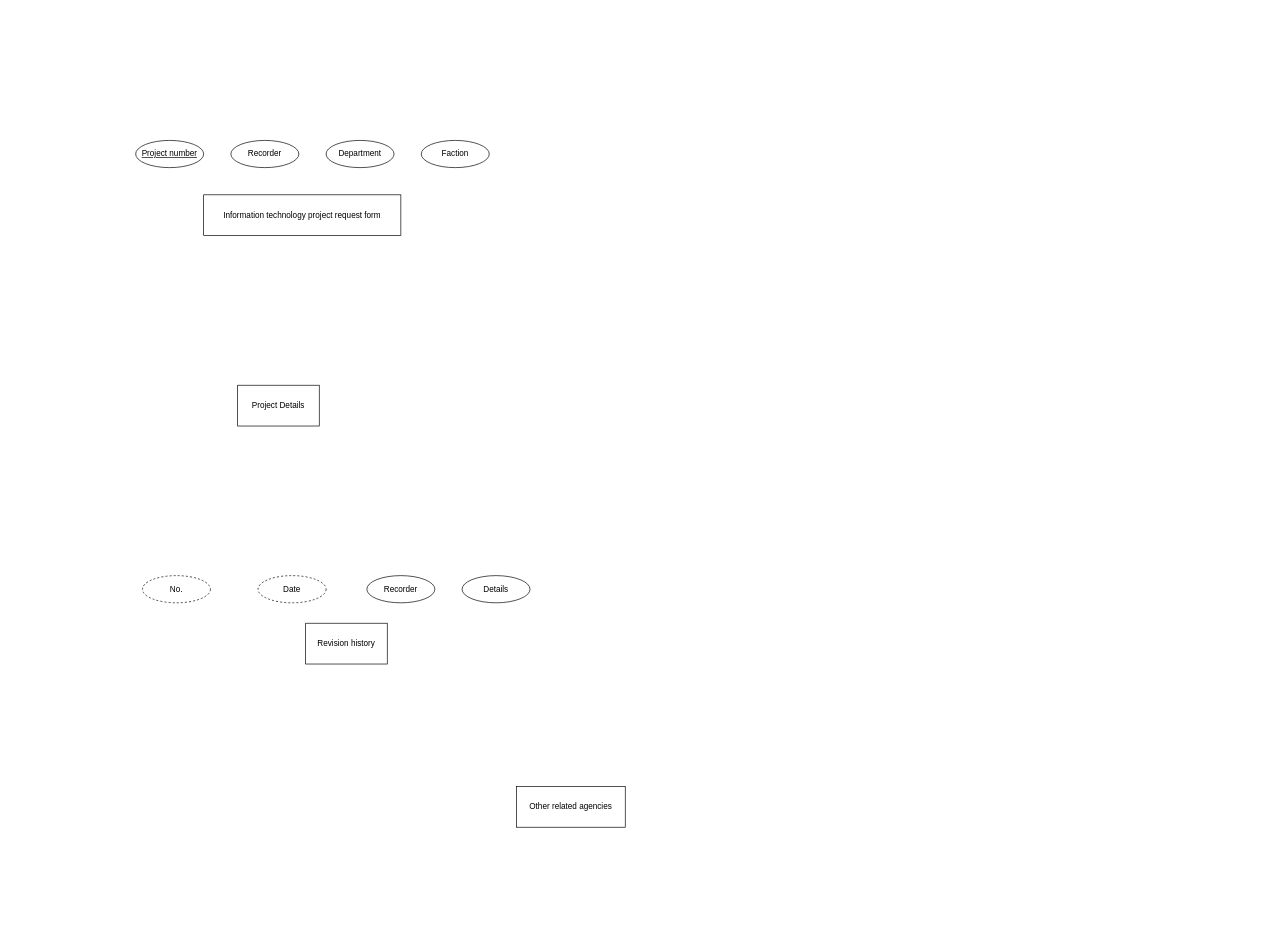
The draw.io diagram Untitled Diagram.drawio in RAZENGUNAHHH/Login_Resgister, before the edit. Source tidied: cells renumbered, new cells numbered last; positions are measured from the earlier drawing's top-left corner, leaving out a move shared by most shapes. Both pictures are drawn from the tidied source at 68%, with x=0, y=0 at pixel (135, 140).
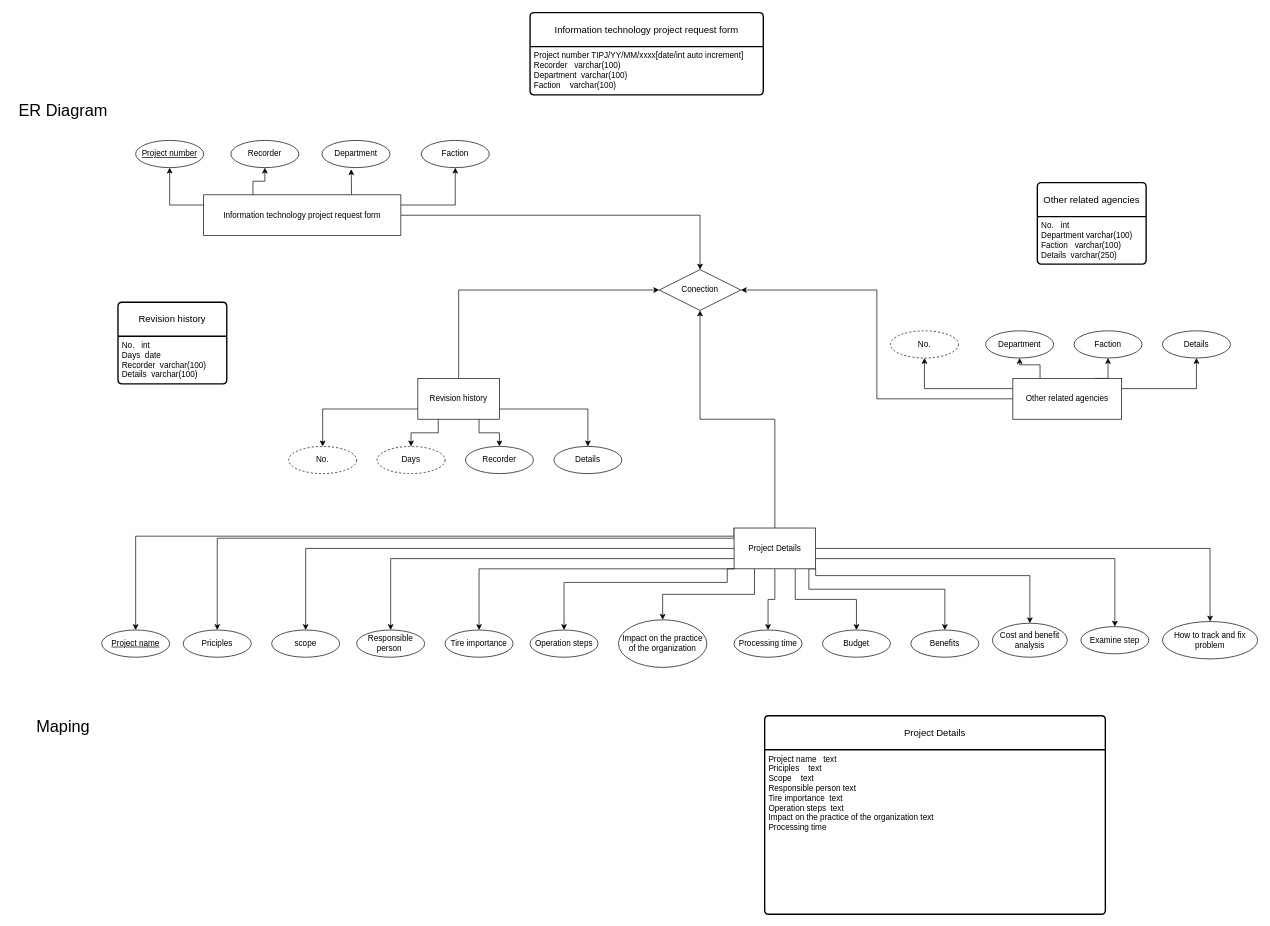
After the change.

Unchanged cells that the change refers to:
```xml
<mxCell id="2" value="Information technology project request form" style="rounded=0;whiteSpace=wrap;html=1;" parent="1" vertex="1">
  <mxGeometry x="100" y="80" width="290" height="60" as="geometry" />
</mxCell>
<mxCell id="6" value="Project number" style="ellipse;whiteSpace=wrap;html=1;align=center;fontStyle=4;" parent="1" vertex="1">
  <mxGeometry width="100" height="40" as="geometry" />
</mxCell>
<mxCell id="8" value="Faction" style="ellipse;whiteSpace=wrap;html=1;align=center;" parent="1" vertex="1">
  <mxGeometry x="420" width="100" height="40" as="geometry" />
</mxCell>
<mxCell id="9" value="Recorder" style="ellipse;whiteSpace=wrap;html=1;align=center;" parent="1" vertex="1">
  <mxGeometry x="140" width="100" height="40" as="geometry" />
</mxCell>
```

What changed in the source:
```diff
@@
+    <mxCell id="14" style="edgeStyle=orthogonalEdgeStyle;rounded=0;jettySize=auto;html=1;exitX=1;exitY=0.5;exitDx=0;exitDy=0;entryX=0.5;entryY=0;entryDx=0;entryDy=0;" parent="1" edge="1" source="2" target="60">
+      <mxGeometry relative="1" as="geometry" />
+    </mxCell>
+    <mxCell id="15" style="edgeStyle=orthogonalEdgeStyle;rounded=0;jettySize=auto;html=1;exitX=0;exitY=0.25;exitDx=0;exitDy=0;" parent="1" edge="1" source="2" target="6">
+      <mxGeometry relative="1" as="geometry" />
+    </mxCell>
+    <mxCell id="16" style="edgeStyle=orthogonalEdgeStyle;rounded=0;jettySize=auto;html=1;exitX=0.25;exitY=0;exitDx=0;exitDy=0;entryX=0.5;entryY=1;entryDx=0;entryDy=0;" parent="1" edge="1" source="2" target="9">
+      <mxGeometry relative="1" as="geometry" />
+    </mxCell>
+    <mxCell id="17" style="edgeStyle=orthogonalEdgeStyle;rounded=0;jettySize=auto;html=1;exitX=0.75;exitY=0;exitDx=0;exitDy=0;entryX=0.43;entryY=1.058;entryDx=0;entryDy=0;entryPerimeter=0;" parent="1" edge="1" source="2" target="7">
+      <mxGeometry relative="1" as="geometry" />
+    </mxCell>
+    <mxCell id="18" style="edgeStyle=orthogonalEdgeStyle;rounded=0;jettySize=auto;html=1;exitX=1;exitY=0.25;exitDx=0;exitDy=0;entryX=0.5;entryY=1;entryDx=0;entryDy=0;" parent="1" edge="1" source="2" target="8">
+      <mxGeometry relative="1" as="geometry" />
+    </mxCell>
@@
-    <mxCell id="3" value="Revision history" style="rounded=0;whiteSpace=wrap;html=1;" parent="1" vertex="1">
-      <mxGeometry x="250" y="710" width="120" height="60" as="geometry" />
-    </mxCell>
+    <mxCell id="19" style="edgeStyle=orthogonalEdgeStyle;rounded=0;jettySize=auto;html=1;exitX=0.5;exitY=0;exitDx=0;exitDy=0;entryX=0.5;entryY=1;entryDx=0;entryDy=0;" parent="1" edge="1" source="4" target="60">
+      <mxGeometry relative="1" as="geometry" />
+    </mxCell>
+    <mxCell id="20" style="edgeStyle=orthogonalEdgeStyle;rounded=0;jettySize=auto;html=1;exitX=0;exitY=0;exitDx=0;exitDy=0;entryX=0.5;entryY=0;entryDx=0;entryDy=0;" parent="1" edge="1" source="4" target="38">
+      <mxGeometry relative="1" as="geometry">
+        <Array as="points">
+          <mxPoint x="880" y="582" />
+          <mxPoint y="582" />
+        </Array>
+      </mxGeometry>
+    </mxCell>
+    <mxCell id="21" style="edgeStyle=orthogonalEdgeStyle;rounded=0;jettySize=auto;html=1;exitX=0;exitY=0.25;exitDx=0;exitDy=0;entryX=0.5;entryY=0;entryDx=0;entryDy=0;" parent="1" edge="1" source="4" target="39">
+      <mxGeometry relative="1" as="geometry" />
+    </mxCell>
+    <mxCell id="22" style="edgeStyle=orthogonalEdgeStyle;rounded=0;jettySize=auto;html=1;exitX=0;exitY=0.5;exitDx=0;exitDy=0;entryX=0.5;entryY=0;entryDx=0;entryDy=0;" parent="1" edge="1" source="4" target="40">
+      <mxGeometry relative="1" as="geometry" />
+    </mxCell>
+    <mxCell id="23" style="edgeStyle=orthogonalEdgeStyle;rounded=0;jettySize=auto;html=1;exitX=0;exitY=0.75;exitDx=0;exitDy=0;entryX=0.5;entryY=0;entryDx=0;entryDy=0;" parent="1" edge="1" source="4" target="46">
+      <mxGeometry relative="1" as="geometry" />
+    </mxCell>
+    <mxCell id="24" style="edgeStyle=orthogonalEdgeStyle;rounded=0;jettySize=auto;html=1;exitX=0;exitY=1;exitDx=0;exitDy=0;entryX=0.5;entryY=0;entryDx=0;entryDy=0;" parent="1" edge="1" source="4" target="47">
+      <mxGeometry relative="1" as="geometry">
+        <Array as="points">
+          <mxPoint x="505" y="630" />
+        </Array>
+      </mxGeometry>
+    </mxCell>
+    <mxCell id="25" style="edgeStyle=orthogonalEdgeStyle;rounded=0;jettySize=auto;html=1;exitX=0;exitY=1;exitDx=0;exitDy=0;entryX=0.5;entryY=0;entryDx=0;entryDy=0;" parent="1" edge="1" source="4" target="48">
+      <mxGeometry relative="1" as="geometry">
+        <Array as="points">
+          <mxPoint x="870" y="650" />
+          <mxPoint x="630" y="650" />
+        </Array>
+      </mxGeometry>
+    </mxCell>
+    <mxCell id="26" style="edgeStyle=orthogonalEdgeStyle;rounded=0;jettySize=auto;html=1;exitX=0.25;exitY=1;exitDx=0;exitDy=0;entryX=0.5;entryY=0;entryDx=0;entryDy=0;" parent="1" edge="1" source="4" target="49">
+      <mxGeometry relative="1" as="geometry" />
+    </mxCell>
+    <mxCell id="27" style="edgeStyle=orthogonalEdgeStyle;rounded=0;jettySize=auto;html=1;exitX=0.5;exitY=1;exitDx=0;exitDy=0;entryX=0.5;entryY=0;entryDx=0;entryDy=0;" parent="1" edge="1" source="4" target="50">
+      <mxGeometry relative="1" as="geometry" />
+    </mxCell>
+    <mxCell id="28" style="edgeStyle=orthogonalEdgeStyle;rounded=0;jettySize=auto;html=1;exitX=0.75;exitY=1;exitDx=0;exitDy=0;entryX=0.5;entryY=0;entryDx=0;entryDy=0;" parent="1" edge="1" source="4" target="51">
+      <mxGeometry relative="1" as="geometry" />
+    </mxCell>
+    <mxCell id="29" style="edgeStyle=orthogonalEdgeStyle;rounded=0;jettySize=auto;html=1;exitX=1;exitY=1;exitDx=0;exitDy=0;entryX=0.5;entryY=0;entryDx=0;entryDy=0;" parent="1" edge="1" source="4" target="52">
+      <mxGeometry relative="1" as="geometry">
+        <Array as="points">
+          <mxPoint x="990" y="660" />
+          <mxPoint x="1190" y="660" />
+        </Array>
+      </mxGeometry>
+    </mxCell>
+    <mxCell id="30" style="edgeStyle=orthogonalEdgeStyle;rounded=0;jettySize=auto;html=1;exitX=1;exitY=1;exitDx=0;exitDy=0;entryX=0.5;entryY=0;entryDx=0;entryDy=0;" parent="1" edge="1" source="4" target="53">
+      <mxGeometry relative="1" as="geometry">
+        <Array as="points">
+          <mxPoint x="1000" y="640" />
+          <mxPoint x="1315" y="640" />
+        </Array>
+      </mxGeometry>
+    </mxCell>
+    <mxCell id="31" style="edgeStyle=orthogonalEdgeStyle;rounded=0;jettySize=auto;html=1;exitX=1;exitY=0.75;exitDx=0;exitDy=0;entryX=0.5;entryY=0;entryDx=0;entryDy=0;" parent="1" edge="1" source="4" target="54">
+      <mxGeometry relative="1" as="geometry" />
+    </mxCell>
+    <mxCell id="32" style="edgeStyle=orthogonalEdgeStyle;rounded=0;jettySize=auto;html=1;exitX=1;exitY=0.5;exitDx=0;exitDy=0;entryX=0.5;entryY=0;entryDx=0;entryDy=0;" parent="1" edge="1" source="4" target="55">
+      <mxGeometry relative="1" as="geometry" />
+    </mxCell>
     <mxCell id="4" value="Project Details" style="rounded=0;whiteSpace=wrap;html=1;shadow=0;" parent="1" vertex="1">
-      <mxGeometry x="150" y="360" width="120" height="60" as="geometry" />
+      <mxGeometry x="880" y="570" width="120" height="60" as="geometry" />
     </mxCell>
+    <mxCell id="33" style="edgeStyle=orthogonalEdgeStyle;rounded=0;jettySize=auto;html=1;exitX=0;exitY=0.5;exitDx=0;exitDy=0;entryX=1;entryY=0.5;entryDx=0;entryDy=0;" parent="1" edge="1" source="5" target="60">
+      <mxGeometry relative="1" as="geometry" />
+    </mxCell>
+    <mxCell id="34" style="edgeStyle=orthogonalEdgeStyle;rounded=0;jettySize=auto;html=1;exitX=0;exitY=0.25;exitDx=0;exitDy=0;entryX=0.5;entryY=1;entryDx=0;entryDy=0;" parent="1" edge="1" source="5" target="56">
+      <mxGeometry relative="1" as="geometry" />
+    </mxCell>
+    <mxCell id="35" style="edgeStyle=orthogonalEdgeStyle;rounded=0;jettySize=auto;html=1;exitX=0.25;exitY=0;exitDx=0;exitDy=0;entryX=0.5;entryY=1;entryDx=0;entryDy=0;" parent="1" edge="1" source="5" target="57">
+      <mxGeometry relative="1" as="geometry" />
+    </mxCell>
+    <mxCell id="36" style="edgeStyle=orthogonalEdgeStyle;rounded=0;jettySize=auto;html=1;exitX=0.75;exitY=0;exitDx=0;exitDy=0;entryX=0.5;entryY=1;entryDx=0;entryDy=0;" parent="1" edge="1" source="5" target="58">
+      <mxGeometry relative="1" as="geometry" />
+    </mxCell>
+    <mxCell id="37" style="edgeStyle=orthogonalEdgeStyle;rounded=0;jettySize=auto;html=1;exitX=1;exitY=0.25;exitDx=0;exitDy=0;entryX=0.5;entryY=1;entryDx=0;entryDy=0;" parent="1" edge="1" source="5" target="59">
+      <mxGeometry relative="1" as="geometry" />
+    </mxCell>
     <mxCell id="5" value="Other related agencies" style="whiteSpace=wrap;html=1;" parent="1" vertex="1">
-      <mxGeometry x="560" y="950" width="160" height="60" as="geometry" />
+      <mxGeometry x="1290" y="350" width="160" height="60" as="geometry" />
     </mxCell>
@@
     <mxCell id="7" value="Department" style="ellipse;whiteSpace=wrap;html=1;align=center;" parent="1" vertex="1">
-      <mxGeometry x="280" width="100" height="40" as="geometry" />
+      <mxGeometry x="274" width="100" height="40" as="geometry" />
     </mxCell>
@@
+    <mxCell id="38" value="Project name" style="ellipse;whiteSpace=wrap;html=1;align=center;fontStyle=4;" parent="1" vertex="1">
+      <mxGeometry x="-50" y="720" width="100" height="40" as="geometry" />
+    </mxCell>
+    <mxCell id="39" value="Priciples" style="ellipse;whiteSpace=wrap;html=1;align=center;" parent="1" vertex="1">
+      <mxGeometry x="70" y="720" width="100" height="40" as="geometry" />
+    </mxCell>
+    <mxCell id="40" value="scope" style="ellipse;whiteSpace=wrap;html=1;align=center;" parent="1" vertex="1">
+      <mxGeometry x="200" y="720" width="100" height="40" as="geometry" />
+    </mxCell>
+    <mxCell id="41" style="edgeStyle=orthogonalEdgeStyle;rounded=0;jettySize=auto;html=1;exitX=0.5;exitY=0;exitDx=0;exitDy=0;entryX=0;entryY=0.5;entryDx=0;entryDy=0;" parent="1" edge="1" source="3" target="60">
+      <mxGeometry relative="1" as="geometry" />
+    </mxCell>
+    <mxCell id="42" style="edgeStyle=orthogonalEdgeStyle;rounded=0;jettySize=auto;html=1;exitX=0;exitY=0.75;exitDx=0;exitDy=0;entryX=0.5;entryY=0;entryDx=0;entryDy=0;" parent="1" edge="1" source="3" target="10">
+      <mxGeometry relative="1" as="geometry" />
+    </mxCell>
+    <mxCell id="43" style="edgeStyle=orthogonalEdgeStyle;rounded=0;jettySize=auto;html=1;exitX=0.25;exitY=1;exitDx=0;exitDy=0;entryX=0.5;entryY=0;entryDx=0;entryDy=0;" parent="1" edge="1" source="3" target="11">
+      <mxGeometry relative="1" as="geometry" />
+    </mxCell>
+    <mxCell id="44" style="edgeStyle=orthogonalEdgeStyle;rounded=0;jettySize=auto;html=1;exitX=0.75;exitY=1;exitDx=0;exitDy=0;entryX=0.5;entryY=0;entryDx=0;entryDy=0;" parent="1" edge="1" source="3" target="12">
+      <mxGeometry relative="1" as="geometry" />
+    </mxCell>
+    <mxCell id="45" style="edgeStyle=orthogonalEdgeStyle;rounded=0;jettySize=auto;html=1;exitX=1;exitY=0.75;exitDx=0;exitDy=0;entryX=0.5;entryY=0;entryDx=0;entryDy=0;" parent="1" edge="1" source="3" target="13">
+      <mxGeometry relative="1" as="geometry" />
+    </mxCell>
+    <mxCell id="3" value="Revision history" style="rounded=0;whiteSpace=wrap;html=1;" parent="1" vertex="1">
+      <mxGeometry x="415" y="350" width="120" height="60" as="geometry" />
+    </mxCell>
     <mxCell id="10" value="No." style="ellipse;whiteSpace=wrap;html=1;align=center;dashed=1;" parent="1" vertex="1">
-      <mxGeometry x="10" y="640" width="100" height="40" as="geometry" />
+      <mxGeometry x="225" y="450" width="100" height="40" as="geometry" />
     </mxCell>
-    <mxCell id="11" value="Date" style="ellipse;whiteSpace=wrap;html=1;align=center;dashed=1;" parent="1" vertex="1">
-      <mxGeometry x="180" y="640" width="100" height="40" as="geometry" />
+    <mxCell id="11" value="Days" style="ellipse;whiteSpace=wrap;html=1;align=center;dashed=1;" parent="1" vertex="1">
+      <mxGeometry x="355" y="450" width="100" height="40" as="geometry" />
     </mxCell>
     <mxCell id="12" value="Recorder" style="ellipse;whiteSpace=wrap;html=1;align=center;" parent="1" vertex="1">
-      <mxGeometry x="340" y="640" width="100" height="40" as="geometry" />
+      <mxGeometry x="485" y="450" width="100" height="40" as="geometry" />
     </mxCell>
     <mxCell id="13" value="Details" style="ellipse;whiteSpace=wrap;html=1;align=center;" parent="1" vertex="1">
-      <mxGeometry x="480" y="640" width="100" height="40" as="geometry" />
+      <mxGeometry x="615" y="450" width="100" height="40" as="geometry" />
     </mxCell>
+    <mxCell id="46" value="Responsible person&amp;nbsp;" style="ellipse;whiteSpace=wrap;html=1;align=center;" parent="1" vertex="1">
+      <mxGeometry x="325" y="720" width="100" height="40" as="geometry" />
+    </mxCell>
+    <mxCell id="47" value="Tire importance" style="ellipse;whiteSpace=wrap;html=1;align=center;" parent="1" vertex="1">
+      <mxGeometry x="455" y="720" width="100" height="40" as="geometry" />
+    </mxCell>
+    <mxCell id="48" value="Operation steps" style="ellipse;whiteSpace=wrap;html=1;align=center;" parent="1" vertex="1">
+      <mxGeometry x="580" y="720" width="100" height="40" as="geometry" />
+    </mxCell>
+    <mxCell id="49" value="Impact on the practice of the organization" style="ellipse;whiteSpace=wrap;html=1;align=center;" parent="1" vertex="1">
+      <mxGeometry x="710" y="705" width="130" height="70" as="geometry" />
+    </mxCell>
+    <mxCell id="50" value="Processing time" style="ellipse;whiteSpace=wrap;html=1;align=center;" parent="1" vertex="1">
+      <mxGeometry x="880" y="720" width="100" height="40" as="geometry" />
+    </mxCell>
+    <mxCell id="51" value="Budget" style="ellipse;whiteSpace=wrap;html=1;align=center;" parent="1" vertex="1">
+      <mxGeometry x="1010" y="720" width="100" height="40" as="geometry" />
+    </mxCell>
+    <mxCell id="52" value="Benefits" style="ellipse;whiteSpace=wrap;html=1;align=center;" parent="1" vertex="1">
+      <mxGeometry x="1140" y="720" width="100" height="40" as="geometry" />
+    </mxCell>
+    <mxCell id="53" value="Cost and benefit analysis" style="ellipse;whiteSpace=wrap;html=1;align=center;" parent="1" vertex="1">
+      <mxGeometry x="1260" y="710" width="110" height="50" as="geometry" />
+    </mxCell>
+    <mxCell id="54" value="Examine step" style="ellipse;whiteSpace=wrap;html=1;align=center;" parent="1" vertex="1">
+      <mxGeometry x="1390" y="715" width="100" height="40" as="geometry" />
+    </mxCell>
+    <mxCell id="55" value="How to track and fix problem" style="ellipse;whiteSpace=wrap;html=1;align=center;" parent="1" vertex="1">
+      <mxGeometry x="1510" y="707.5" width="140" height="55" as="geometry" />
+    </mxCell>
+    <mxCell id="56" value="No." style="ellipse;whiteSpace=wrap;html=1;align=center;dashed=1;" parent="1" vertex="1">
+      <mxGeometry x="1110" y="280" width="100" height="40" as="geometry" />
+    </mxCell>
+    <mxCell id="57" value="Department" style="ellipse;whiteSpace=wrap;html=1;align=center;" parent="1" vertex="1">
+      <mxGeometry x="1250" y="280" width="100" height="40" as="geometry" />
+    </mxCell>
+    <mxCell id="58" value="Faction" style="ellipse;whiteSpace=wrap;html=1;align=center;" parent="1" vertex="1">
+      <mxGeometry x="1380" y="280" width="100" height="40" as="geometry" />
+    </mxCell>
+    <mxCell id="59" value="Details" style="ellipse;whiteSpace=wrap;html=1;align=center;" parent="1" vertex="1">
+      <mxGeometry x="1510" y="280" width="100" height="40" as="geometry" />
+    </mxCell>
+    <mxCell id="60" value="Conection" style="shape=rhombus;perimeter=rhombusPerimeter;whiteSpace=wrap;html=1;align=center;" parent="1" vertex="1">
+      <mxGeometry x="770" y="190" width="120" height="60" as="geometry" />
+    </mxCell>
+    <mxCell id="61" value="&lt;font style=&quot;font-size: 24px;&quot;&gt;ER Diagram&lt;/font&gt;" style="text;html=1;align=center;verticalAlign=middle;strokeColor=none;fillColor=none;" parent="1" vertex="1">
+      <mxGeometry x="-182" y="-64" width="149" height="41" as="geometry" />
+    </mxCell>
+    <mxCell id="62" value="&lt;span style=&quot;font-size: 24px;&quot;&gt;Maping&lt;/span&gt;" style="text;html=1;align=center;verticalAlign=middle;strokeColor=none;fillColor=none;" parent="1" vertex="1">
+      <mxGeometry x="-156" y="842" width="97" height="41" as="geometry" />
+    </mxCell>
+    <mxCell id="63" value="Information technology project request form" style="swimlane;horizontal=1;startSize=50;rounded=1;fontSize=14;fontStyle=0;strokeWidth=2;shadow=0;dashed=0;align=center;arcSize=4;whiteSpace=wrap;html=1;" parent="1" vertex="1">
+      <mxGeometry x="580" y="-188" width="343" height="121" as="geometry" />
+    </mxCell>
+    <mxCell id="64" value="Project number&lt;span style=&quot;white-space: pre;&quot;&gt; &lt;/span&gt;TIPJ/YY/MM/xxxx[date/int auto increment]&lt;br&gt;Recorder&lt;span style=&quot;white-space: pre;&quot;&gt; &lt;/span&gt;&lt;span style=&quot;white-space: pre;&quot;&gt; &lt;/span&gt;&lt;span style=&quot;white-space: pre;&quot;&gt; &lt;/span&gt;varchar(100)&lt;br&gt;Department&lt;span style=&quot;white-space: pre;&quot;&gt; &lt;/span&gt;&lt;span style=&quot;white-space: pre;&quot;&gt; &lt;/span&gt;varchar(100)&lt;br&gt;Faction&amp;nbsp;&lt;span style=&quot;white-space: pre;&quot;&gt; &lt;/span&gt;&lt;span style=&quot;white-space: pre;&quot;&gt; &lt;/span&gt;&lt;span style=&quot;white-space: pre;&quot;&gt; &lt;/span&gt;varchar(100)" style="align=left;strokeColor=none;fillColor=none;spacingLeft=4;fontSize=12;verticalAlign=top;html=1;" parent="63" vertex="1">
+      <mxGeometry y="50" width="343" height="71" as="geometry" />
+    </mxCell>
+    <mxCell id="65" value="Other related agencies" style="swimlane;horizontal=1;startSize=50;rounded=1;fontSize=14;fontStyle=0;strokeWidth=2;shadow=0;dashed=0;align=center;arcSize=4;whiteSpace=wrap;html=1;" parent="1" vertex="1">
+      <mxGeometry x="1326" y="62" width="160" height="120" as="geometry" />
+    </mxCell>
+    <mxCell id="66" value="No.&lt;span style=&quot;white-space: pre;&quot;&gt; &lt;/span&gt;&lt;span style=&quot;white-space: pre;&quot;&gt; &lt;span style=&quot;white-space: pre;&quot;&gt; &lt;/span&gt;&lt;/span&gt;int&lt;br&gt;Department&lt;span style=&quot;white-space: pre;&quot;&gt; &lt;/span&gt;varchar(100)&lt;br&gt;Faction&amp;nbsp;&lt;span style=&quot;white-space: pre;&quot;&gt; &lt;/span&gt;&lt;span style=&quot;white-space: pre;&quot;&gt; &lt;/span&gt;varchar(100)&lt;br&gt;Details&lt;span style=&quot;white-space: pre;&quot;&gt; &lt;/span&gt;&lt;span style=&quot;white-space: pre;&quot;&gt; &lt;/span&gt;varchar(250)" style="align=left;strokeColor=none;fillColor=none;spacingLeft=4;fontSize=12;verticalAlign=top;html=1;" parent="65" vertex="1">
+      <mxGeometry y="50" width="160" height="70" as="geometry" />
+    </mxCell>
+    <mxCell id="67" value="Revision history" style="swimlane;horizontal=1;startSize=50;rounded=1;fontSize=14;fontStyle=0;strokeWidth=2;shadow=0;dashed=0;align=center;arcSize=4;whiteSpace=wrap;html=1;" parent="1" vertex="1">
+      <mxGeometry x="-26" y="238" width="160" height="120" as="geometry" />
+    </mxCell>
+    <mxCell id="68" value="No.&lt;span style=&quot;white-space: pre;&quot;&gt; &lt;/span&gt;&lt;span style=&quot;white-space: pre;&quot;&gt; &lt;span style=&quot;white-space: pre;&quot;&gt; &lt;/span&gt;i&lt;/span&gt;nt&lt;br&gt;Days&lt;span style=&quot;white-space: pre;&quot;&gt; &lt;span style=&quot;white-space: pre;&quot;&gt; &lt;/span&gt;d&lt;/span&gt;ate&lt;br&gt;Recorder&lt;span style=&quot;white-space: pre;&quot;&gt; &lt;/span&gt;&lt;span style=&quot;white-space: pre;&quot;&gt; &lt;/span&gt;varchar(100)&lt;br&gt;Details&lt;span style=&quot;white-space: pre;&quot;&gt; &lt;/span&gt;&lt;span style=&quot;white-space: pre;&quot;&gt; &lt;/span&gt;varchar(100)" style="align=left;strokeColor=none;fillColor=none;spacingLeft=4;fontSize=12;verticalAlign=top;html=1;" parent="67" vertex="1">
+      <mxGeometry y="50" width="160" height="70" as="geometry" />
+    </mxCell>
+    <mxCell id="69" value="Project Details" style="swimlane;horizontal=1;startSize=50;rounded=1;fontSize=14;fontStyle=0;strokeWidth=2;shadow=0;dashed=0;align=center;arcSize=4;whiteSpace=wrap;html=1;" parent="1" vertex="1">
+      <mxGeometry x="925" y="846" width="501" height="292" as="geometry" />
+    </mxCell>
+    <mxCell id="70" value="Project name&lt;span style=&quot;white-space: pre;&quot;&gt; &lt;/span&gt;&lt;span style=&quot;white-space: pre;&quot;&gt; &lt;span style=&quot;white-space: pre;&quot;&gt; &lt;/span&gt;&lt;/span&gt;text&lt;br&gt;Priciples&lt;span style=&quot;white-space: pre;&quot;&gt; &lt;/span&gt;&lt;span style=&quot;white-space: pre;&quot;&gt; &lt;/span&gt;&lt;span style=&quot;white-space: pre;&quot;&gt; &lt;span style=&quot;white-space: pre;&quot;&gt; &lt;/span&gt;&lt;/span&gt;text&lt;br&gt;Scope&lt;span style=&quot;white-space: pre;&quot;&gt; &lt;/span&gt;&lt;span style=&quot;white-space: pre;&quot;&gt; &lt;/span&gt;&lt;span style=&quot;white-space: pre;&quot;&gt; &lt;span style=&quot;white-space: pre;&quot;&gt; &lt;/span&gt;&lt;/span&gt;text&lt;br&gt;Responsible person&lt;span style=&quot;white-space: pre;&quot;&gt; &lt;/span&gt;text&lt;br&gt;Tire importance&lt;span style=&quot;white-space: pre;&quot;&gt; &lt;/span&gt;&lt;span style=&quot;white-space: pre;&quot;&gt; &lt;/span&gt;text&lt;br&gt;Operation steps&lt;span style=&quot;white-space: pre;&quot;&gt; &lt;/span&gt;&lt;span style=&quot;white-space: pre;&quot;&gt; &lt;/span&gt;text&lt;br&gt;Impact on the practice of the organization&lt;span style=&quot;white-space: pre;&quot;&gt; &lt;/span&gt;text&lt;br&gt;Processing time" style="align=left;strokeColor=none;fillColor=none;spacingLeft=4;fontSize=12;verticalAlign=top;html=1;" parent="69" vertex="1">
+      <mxGeometry y="50" width="501" height="242" as="geometry" />
+    </mxCell>
```
